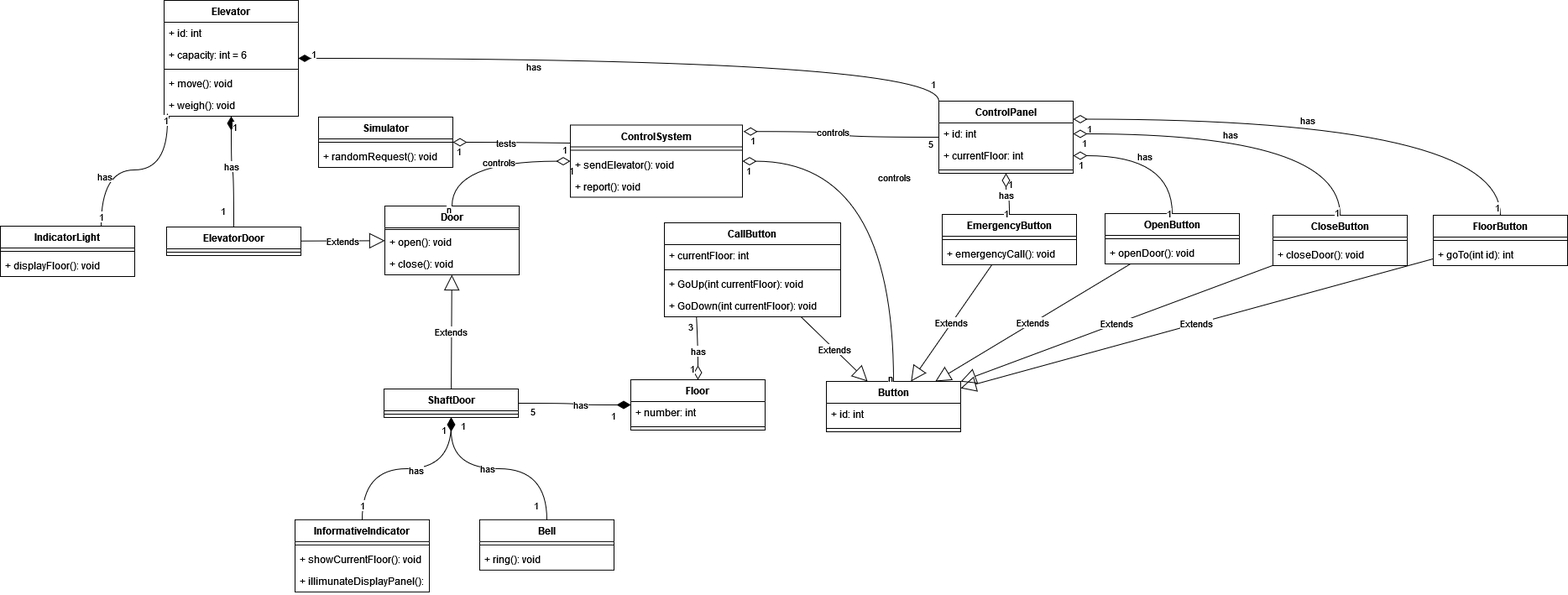
The draw.io diagram ElevatorSimulation.drawio.png in gkhndktr/OOP, before a commit. Source tidied: cells renumbered, new cells last; positions are measured from the earlier drawing's top-left corner, leaving out a move shared by most shapes.
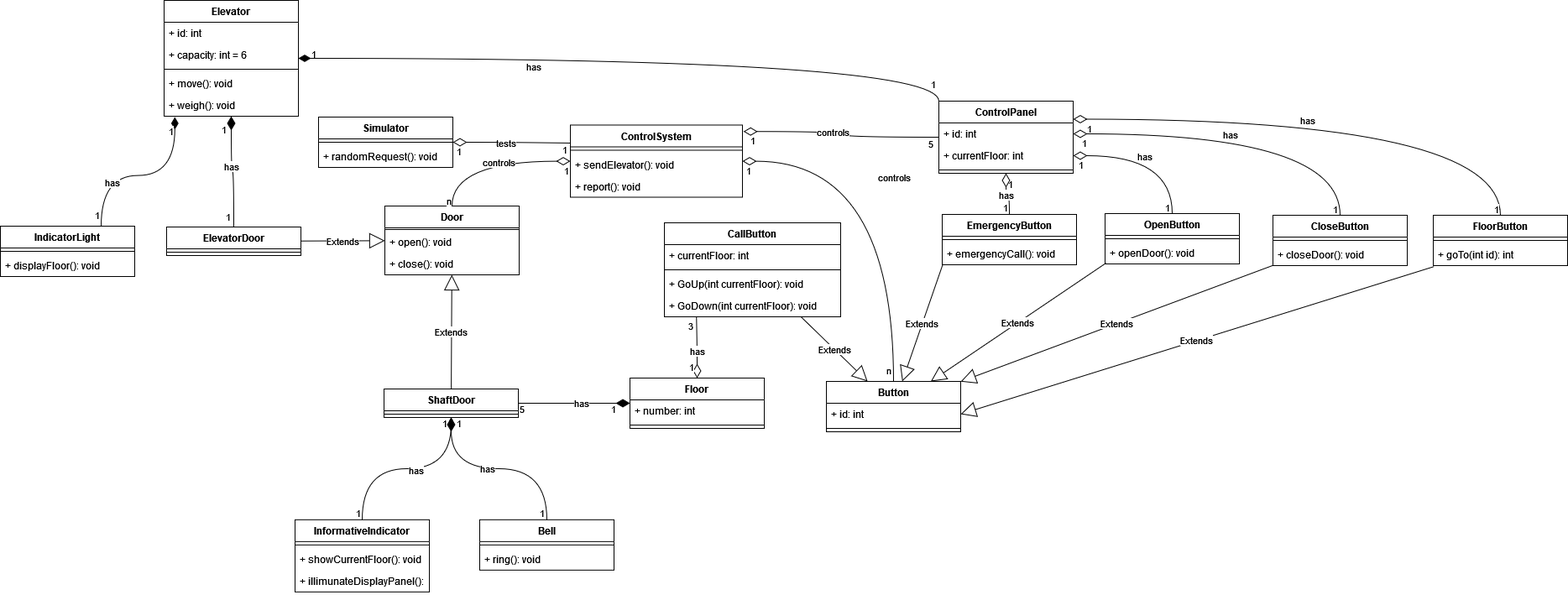
Above is the later version.

What changed in the source:
```diff
@@ -38,7 +38,7 @@
     <mxCell id="13" value="1" style="edgeLabel;html=1;align=left;verticalAlign=top;" parent="12" vertex="1">
       <mxGeometry x="-1" relative="1" as="geometry" />
     </mxCell>
-    <mxCell id="14" value="1" style="edgeLabel;html=1;align=center;verticalAlign=middle;" parent="12" vertex="1">
+    <mxCell id="14" value="1" style="edgeLabel;html=1;align=center;verticalAlign=middle;labelBackgroundColor=none;" parent="12" vertex="1">
       <mxGeometry x="0.93" y="1" relative="1" as="geometry">
         <mxPoint x="-11" y="-7" as="offset" />
       </mxGeometry>
@@ -49,7 +49,7 @@
       </mxGeometry>
     </mxCell>
     <mxCell id="16" value="Floor" style="swimlane;fontStyle=1;align=center;verticalAlign=top;horizontal=1;startSize=26;" parent="1" vertex="1">
-      <mxGeometry x="751" y="452" width="160" height="60" as="geometry" />
+      <mxGeometry x="750" y="450" width="160" height="60" as="geometry" />
     </mxCell>
     <mxCell id="17" value="+ number: int" style="text;strokeColor=none;fillColor=none;align=left;verticalAlign=top;spacingLeft=4;spacingRight=4;overflow=hidden;" parent="16" vertex="1">
       <mxGeometry y="26" width="160" height="26" as="geometry" />
@@ -124,11 +124,13 @@
       <mxGeometry x="-0.12" relative="1" as="geometry" />
     </mxCell>
     <mxCell id="41" value="1" style="edgeLabel;html=1;align=left;verticalAlign=top;" parent="40" vertex="1">
-      <mxGeometry x="-1" relative="1" as="geometry" />
+      <mxGeometry x="-1" relative="1" as="geometry">
+        <mxPoint x="-13" y="3" as="offset" />
+      </mxGeometry>
     </mxCell>
     <mxCell id="42" value="1" style="edgeLabel;html=1;align=right;verticalAlign=top;" parent="40" vertex="1">
       <mxGeometry x="1" relative="1" as="geometry">
-        <mxPoint x="-10" y="-33" as="offset" />
+        <mxPoint x="-4" y="-26" as="offset" />
       </mxGeometry>
     </mxCell>
     <mxCell id="43" value="has" style="endArrow=none;html=1;endSize=12;startArrow=diamondThin;startSize=14;startFill=1;edgeStyle=orthogonalEdgeStyle;rounded=0;endFill=0;curved=1;" parent="1" edge="1" source="16" target="69">
@@ -136,12 +138,12 @@
     </mxCell>
     <mxCell id="44" value="1" style="edgeLabel;html=1;align=left;verticalAlign=top;" parent="43" vertex="1">
       <mxGeometry x="-1" relative="1" as="geometry">
-        <mxPoint x="-25" as="offset" />
+        <mxPoint x="-24" y="-6" as="offset" />
       </mxGeometry>
     </mxCell>
     <mxCell id="45" value="5" style="edgeLabel;html=1;align=right;verticalAlign=top;" parent="43" vertex="1">
       <mxGeometry x="1" relative="1" as="geometry">
-        <mxPoint x="20" y="-3" as="offset" />
+        <mxPoint x="8" y="-6" as="offset" />
       </mxGeometry>
     </mxCell>
     <mxCell id="46" value="Bell" style="swimlane;fontStyle=1;align=center;verticalAlign=top;horizontal=1;startSize=26;" parent="1" vertex="1">
@@ -158,11 +160,13 @@
     </mxCell>
     <mxCell id="50" value="1" style="edgeLabel;html=1;align=center;verticalAlign=middle;" parent="49" vertex="1">
       <mxGeometry x="0.77" relative="1" as="geometry">
-        <mxPoint x="-10" y="-12" as="offset" />
+        <mxPoint x="-9" y="-20" as="offset" />
       </mxGeometry>
     </mxCell>
     <mxCell id="51" value="1" style="edgeLabel;html=1;align=center;verticalAlign=middle;" parent="49" vertex="1">
-      <mxGeometry x="-0.84" y="1" relative="1" as="geometry" />
+      <mxGeometry x="-0.84" y="1" relative="1" as="geometry">
+        <mxPoint x="-5" y="9" as="offset" />
+      </mxGeometry>
     </mxCell>
     <mxCell id="52" value="has" style="edgeLabel;html=1;align=center;verticalAlign=middle;" parent="49" vertex="1">
       <mxGeometry x="0.09" y="-1" relative="1" as="geometry" />
@@ -229,31 +233,33 @@
     <mxCell id="70" style="line;strokeWidth=1;fillColor=none;align=left;verticalAlign=middle;spacingTop=-1;spacingLeft=3;spacingRight=3;labelPosition=right;" parent="69" vertex="1">
       <mxGeometry y="26" width="160" height="8" as="geometry" />
     </mxCell>
-    <mxCell id="71" style="edgeStyle=orthogonalEdgeStyle;curved=1;rounded=0;jettySize=auto;html=1;startArrow=none;startFill=0;endArrow=diamondThin;endFill=1;exitX=0.75;exitY=0;exitDx=0;exitDy=0;" parent="1" edge="1" source="25">
-      <mxGeometry relative="1" as="geometry">
-        <mxPoint x="199" y="135" as="targetPoint" />
-      </mxGeometry>
+    <mxCell id="71" style="edgeStyle=orthogonalEdgeStyle;curved=1;rounded=0;jettySize=auto;html=1;startArrow=none;startFill=0;endArrow=diamondThin;endFill=1;exitX=0.75;exitY=0;exitDx=0;exitDy=0;endSize=12;startSize=14;entryX=0.08;entryY=1.038;entryDx=0;entryDy=0;entryPerimeter=0;" parent="1" edge="1" source="25" target="7">
+      <mxGeometry relative="1" as="geometry" />
     </mxCell>
     <mxCell id="72" value="has" style="edgeLabel;html=1;align=center;verticalAlign=middle;" parent="71" vertex="1">
       <mxGeometry x="-0.34" y="-7" relative="1" as="geometry" />
     </mxCell>
     <mxCell id="73" value="1" style="edgeLabel;html=1;align=center;verticalAlign=middle;" parent="71" vertex="1">
-      <mxGeometry x="-0.9" y="1" relative="1" as="geometry" />
+      <mxGeometry x="-0.9" y="1" relative="1" as="geometry">
+        <mxPoint x="-5" y="-2" as="offset" />
+      </mxGeometry>
     </mxCell>
     <mxCell id="74" value="1" style="edgeLabel;html=1;align=center;verticalAlign=middle;" parent="71" vertex="1">
-      <mxGeometry x="0.93" y="3" relative="1" as="geometry" />
+      <mxGeometry x="0.93" y="3" relative="1" as="geometry">
+        <mxPoint x="-3" y="8" as="offset" />
+      </mxGeometry>
     </mxCell>
     <mxCell id="75" value="has" style="endArrow=none;html=1;endSize=12;startArrow=diamondThin;startSize=14;startFill=1;edgeStyle=orthogonalEdgeStyle;rounded=0;endFill=0;curved=1;" parent="1" edge="1" source="69" target="46">
       <mxGeometry x="-0.12" relative="1" as="geometry" />
     </mxCell>
     <mxCell id="76" value="1" style="edgeLabel;html=1;align=left;verticalAlign=top;" parent="75" vertex="1">
       <mxGeometry x="-1" relative="1" as="geometry">
-        <mxPoint x="10" y="-3" as="offset" />
+        <mxPoint x="5" y="-6" as="offset" />
       </mxGeometry>
     </mxCell>
     <mxCell id="77" value="1" style="edgeLabel;html=1;align=right;verticalAlign=top;" parent="75" vertex="1">
       <mxGeometry x="1" relative="1" as="geometry">
-        <mxPoint x="-10" y="-30" as="offset" />
+        <mxPoint x="-3" y="-21" as="offset" />
       </mxGeometry>
     </mxCell>
     <mxCell id="78" value="Button" style="swimlane;fontStyle=1;align=center;verticalAlign=top;horizontal=1;startSize=26;labelBackgroundColor=none;" parent="1" vertex="1">
@@ -268,16 +274,16 @@
     <mxCell id="81" value="Extends" style="endArrow=block;endSize=16;endFill=0;html=1;rounded=0;curved=1;" parent="1" edge="1" source="57" target="78">
       <mxGeometry relative="1" as="geometry" />
     </mxCell>
-    <mxCell id="82" value="Extends" style="endArrow=block;endSize=16;endFill=0;html=1;rounded=0;curved=1;" parent="1" edge="1" source="28" target="78">
+    <mxCell id="82" value="Extends" style="endArrow=block;endSize=16;endFill=0;html=1;rounded=0;curved=1;entryX=1;entryY=0.5;entryDx=0;entryDy=0;exitX=0.002;exitY=1.051;exitDx=0;exitDy=0;exitPerimeter=0;" parent="1" edge="1" source="30" target="79">
       <mxGeometry relative="1" as="geometry" />
     </mxCell>
-    <mxCell id="83" value="Extends" style="endArrow=block;endSize=16;endFill=0;html=1;rounded=0;curved=1;" parent="1" edge="1" source="37" target="78">
+    <mxCell id="83" value="Extends" style="endArrow=block;endSize=16;endFill=0;html=1;rounded=0;curved=1;exitX=0.004;exitY=0.987;exitDx=0;exitDy=0;exitPerimeter=0;" parent="1" edge="1" source="39" target="78">
       <mxGeometry relative="1" as="geometry" />
     </mxCell>
     <mxCell id="84" value="Extends" style="endArrow=block;endSize=16;endFill=0;html=1;rounded=0;curved=1;" parent="1" edge="1" source="34" target="78">
       <mxGeometry relative="1" as="geometry" />
     </mxCell>
-    <mxCell id="85" value="Extends" style="endArrow=block;endSize=16;endFill=0;html=1;rounded=0;curved=1;" parent="1" edge="1" source="31" target="78">
+    <mxCell id="85" value="Extends" style="endArrow=block;endSize=16;endFill=0;html=1;rounded=0;curved=1;exitX=0.004;exitY=0.974;exitDx=0;exitDy=0;exitPerimeter=0;" parent="1" edge="1" source="33" target="78">
       <mxGeometry relative="1" as="geometry" />
     </mxCell>
     <mxCell id="86" style="endArrow=none;html=1;edgeStyle=orthogonalEdgeStyle;rounded=0;startArrow=diamondThin;startFill=0;endSize=12;startSize=14;curved=1;" parent="1" edge="1" source="8" target="78">
@@ -293,7 +299,7 @@
     </mxCell>
     <mxCell id="89" value="n" style="edgeLabel;html=1;align=center;verticalAlign=middle;" parent="86" vertex="1">
       <mxGeometry x="0.95" relative="1" as="geometry">
-        <mxPoint x="-5" y="7" as="offset" />
+        <mxPoint x="-7" y="-2" as="offset" />
       </mxGeometry>
     </mxCell>
     <mxCell id="90" value="Door" style="swimlane;fontStyle=1;align=center;verticalAlign=top;horizontal=1;startSize=26;fontSize=12;" parent="1" vertex="1">
@@ -322,12 +328,12 @@
     </mxCell>
     <mxCell id="98" value="1" style="edgeLabel;html=1;align=center;verticalAlign=middle;labelBackgroundColor=none;" parent="96" vertex="1">
       <mxGeometry x="-0.96" relative="1" as="geometry">
-        <mxPoint x="4" y="10" as="offset" />
+        <mxPoint x="-2" y="10" as="offset" />
       </mxGeometry>
     </mxCell>
     <mxCell id="99" value="n" style="edgeLabel;html=1;align=center;verticalAlign=middle;" parent="96" vertex="1">
       <mxGeometry x="0.95" relative="1" as="geometry">
-        <mxPoint x="-5" y="7" as="offset" />
+        <mxPoint x="-5" y="-3" as="offset" />
       </mxGeometry>
     </mxCell>
     <mxCell id="100" value="Simulator" style="swimlane;fontStyle=1;align=center;verticalAlign=top;horizontal=1;startSize=26;" parent="1" vertex="1">
@@ -368,7 +374,7 @@
     </mxCell>
     <mxCell id="110" value="1" style="edgeLabel;html=1;align=center;verticalAlign=middle;" parent="107" vertex="1">
       <mxGeometry x="0.95" relative="1" as="geometry">
-        <mxPoint x="-5" y="-1" as="offset" />
+        <mxPoint x="-6" y="-8" as="offset" />
       </mxGeometry>
     </mxCell>
     <mxCell id="111" style="endArrow=none;html=1;edgeStyle=orthogonalEdgeStyle;rounded=0;startArrow=diamondThin;startFill=0;endSize=12;startSize=14;curved=1;exitX=1;exitY=0.5;exitDx=0;exitDy=0;" parent="1" edge="1" source="22" target="34">
@@ -384,7 +390,7 @@
     </mxCell>
     <mxCell id="114" value="1" style="edgeLabel;html=1;align=center;verticalAlign=middle;" parent="111" vertex="1">
       <mxGeometry x="0.95" relative="1" as="geometry">
-        <mxPoint x="-5" y="7" as="offset" />
+        <mxPoint x="-7" y="3" as="offset" />
       </mxGeometry>
     </mxCell>
     <mxCell id="115" style="endArrow=none;html=1;edgeStyle=orthogonalEdgeStyle;rounded=0;startArrow=diamondThin;startFill=0;endSize=12;startSize=14;curved=1;exitX=1;exitY=0.5;exitDx=0;exitDy=0;" parent="1" edge="1" source="23" target="31">
@@ -400,7 +406,7 @@
     </mxCell>
     <mxCell id="118" value="1" style="edgeLabel;html=1;align=center;verticalAlign=middle;" parent="115" vertex="1">
       <mxGeometry x="0.95" relative="1" as="geometry">
-        <mxPoint x="-5" y="4" as="offset" />
+        <mxPoint x="-7" y="-3" as="offset" />
       </mxGeometry>
     </mxCell>
     <mxCell id="119" style="endArrow=none;html=1;edgeStyle=orthogonalEdgeStyle;rounded=0;startArrow=diamondThin;startFill=0;endSize=12;startSize=14;curved=1;exitX=1;exitY=0.25;exitDx=0;exitDy=0;" parent="1" edge="1" source="21" target="28">
@@ -416,7 +422,7 @@
     </mxCell>
     <mxCell id="122" value="1" style="edgeLabel;html=1;align=center;verticalAlign=middle;" parent="119" vertex="1">
       <mxGeometry x="0.95" relative="1" as="geometry">
-        <mxPoint x="-5" y="7" as="offset" />
+        <mxPoint x="-6" y="9" as="offset" />
       </mxGeometry>
     </mxCell>
   </root>
```
